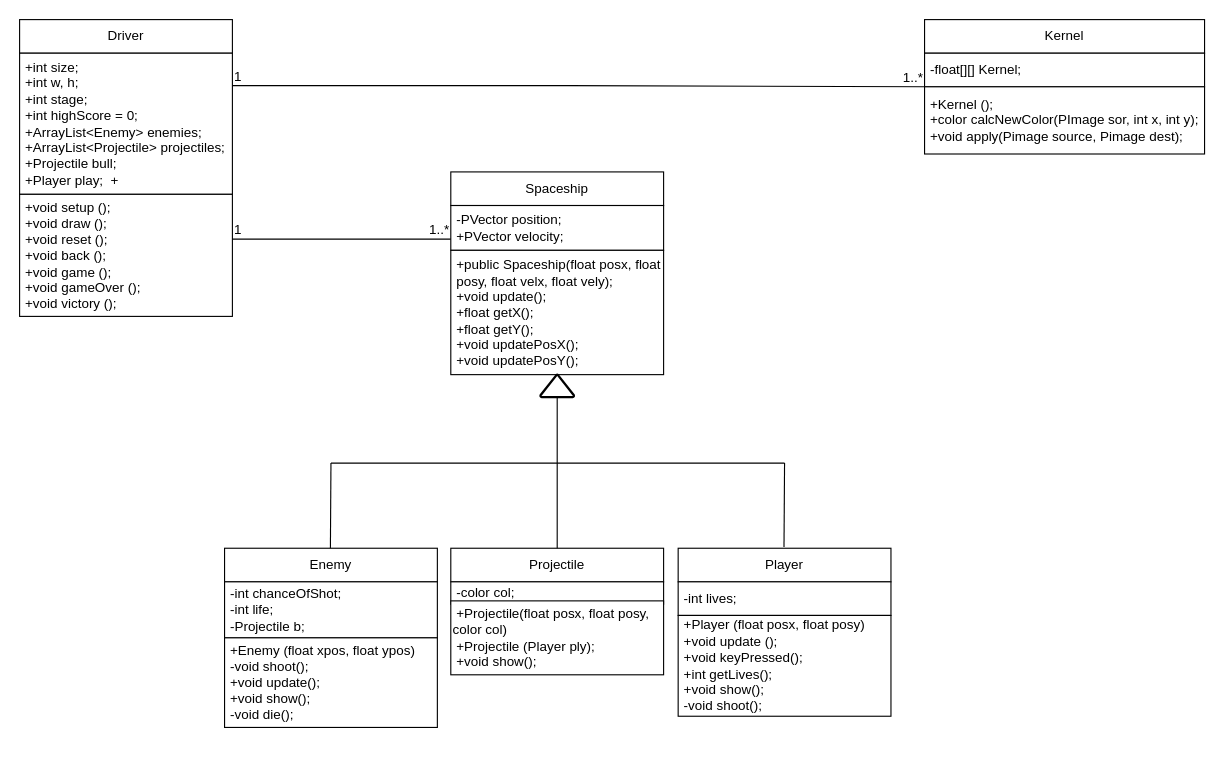
Before: Untitled Diagram.drawio in JasxnNg/Final-Project, a draw.io diagram. Source tidied: cells renumbered, new cells numbered last; positions are measured from the earlier drawing's top-left corner, leaving out a move shared by most shapes. Both pictures are drawn from the tidied source at 112%, with x=0, y=0 at pixel (19, 19).
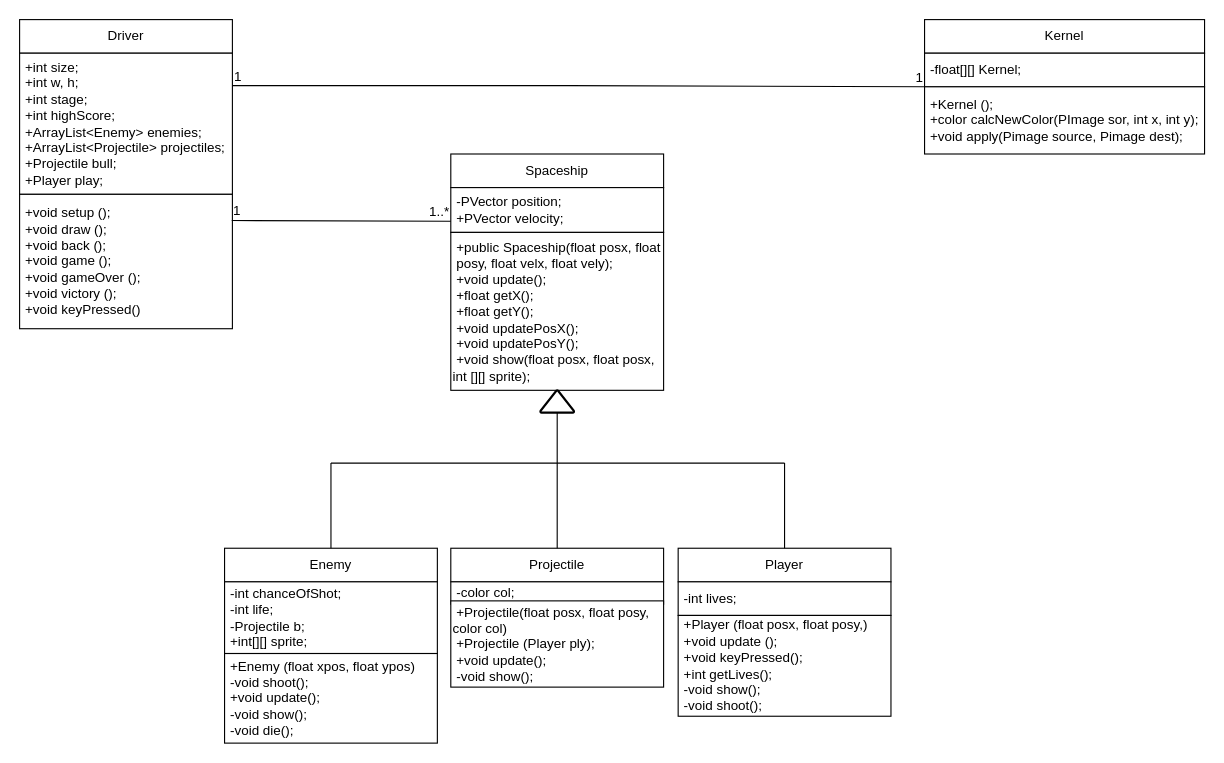
Above is the later version.

The change refers to these unchanged cells:
```xml
<mxCell id="11" value="Player" style="rounded=0;whiteSpace=wrap;html=1;" parent="1" vertex="1">
  <mxGeometry x="588" y="472" width="190" height="30" as="geometry" />
</mxCell>
<mxCell id="12" value="Enemy" style="rounded=0;whiteSpace=wrap;html=1;" parent="1" vertex="1">
  <mxGeometry x="183" y="472" width="190" height="30" as="geometry" />
</mxCell>
<mxCell id="15" value="Projectile" style="rounded=0;whiteSpace=wrap;html=1;" parent="1" vertex="1">
  <mxGeometry x="385" y="472" width="190" height="30" as="geometry" />
</mxCell>
<mxCell id="28" style="endArrow=none;html=1;rounded=0;entryX=0;entryY=1;entryDx=0;entryDy=0;" parent="1" edge="1" target="6">
  <mxGeometry relative="1" as="geometry">
    <mxPoint x="190" y="59" as="sourcePoint" />
    <Array as="points">
      <mxPoint x="490" y="59" />
    </Array>
  </mxGeometry>
</mxCell>
```

Diff of the diagram source:
```diff
@@
-    <mxCell id="3" value="&lt;div&gt;&amp;nbsp;+int size;&amp;nbsp;&amp;nbsp;&lt;/div&gt;&lt;div&gt;&amp;nbsp;+int w, h;&amp;nbsp;&lt;/div&gt;&lt;div&gt;&amp;nbsp;+int stage;&amp;nbsp;&lt;/div&gt;&lt;div&gt;&amp;nbsp;+int highScore = 0;&amp;nbsp;&lt;/div&gt;&lt;div&gt;&amp;nbsp;+ArrayList&amp;lt;Enemy&amp;gt; enemies;&amp;nbsp;&lt;/div&gt;&lt;div&gt;&amp;nbsp;+ArrayList&amp;lt;Projectile&amp;gt; projectiles;&amp;nbsp;&lt;/div&gt;&lt;div&gt;&amp;nbsp;+Projectile bull;&amp;nbsp;&lt;/div&gt;&amp;nbsp;+Player play;&amp;nbsp;&amp;nbsp;+&amp;nbsp;" style="rounded=0;whiteSpace=wrap;html=1;align=left;" parent="1" vertex="1">
+    <mxCell id="3" value="&lt;div&gt;&amp;nbsp;+int size;&amp;nbsp;&amp;nbsp;&lt;/div&gt;&lt;div&gt;&amp;nbsp;+int w, h;&amp;nbsp;&lt;/div&gt;&lt;div&gt;&amp;nbsp;+int stage;&amp;nbsp;&lt;/div&gt;&lt;div&gt;&amp;nbsp;+int highScore;&amp;nbsp;&lt;/div&gt;&lt;div&gt;&amp;nbsp;+ArrayList&amp;lt;Enemy&amp;gt; enemies;&amp;nbsp;&lt;/div&gt;&lt;div&gt;&amp;nbsp;+ArrayList&amp;lt;Projectile&amp;gt; projectiles;&amp;nbsp;&lt;/div&gt;&lt;div&gt;&amp;nbsp;+Projectile bull;&amp;nbsp;&lt;/div&gt;&amp;nbsp;+Player play;&amp;nbsp;&amp;nbsp;" style="rounded=0;whiteSpace=wrap;html=1;align=left;" parent="1" vertex="1">
       <mxGeometry y="30" width="190" height="126" as="geometry" />
     </mxCell>
-    <mxCell id="4" value="&amp;nbsp;+void setup ();&amp;nbsp;&lt;br&gt;&amp;nbsp;+void draw ();&amp;nbsp;&lt;br&gt;&amp;nbsp;+void reset ();&amp;nbsp;&lt;br&gt;&amp;nbsp;+void back ();&amp;nbsp;&lt;br&gt;&amp;nbsp;+void game ();&amp;nbsp;&lt;br&gt;&amp;nbsp;+void gameOver ();&lt;br&gt;&amp;nbsp;+void victory ();&amp;nbsp;" style="rounded=0;whiteSpace=wrap;html=1;align=left;" parent="1" vertex="1">
-      <mxGeometry y="156" width="190" height="109" as="geometry" />
+    <mxCell id="4" value="&amp;nbsp;+void setup ();&amp;nbsp;&lt;br&gt;&amp;nbsp;+void draw ();&amp;nbsp;&amp;nbsp;&lt;br&gt;&amp;nbsp;+void back ();&amp;nbsp;&lt;br&gt;&amp;nbsp;+void game ();&amp;nbsp;&lt;br&gt;&amp;nbsp;+void gameOver ();&lt;br&gt;&amp;nbsp;+void victory ();&amp;nbsp;&lt;br&gt;&amp;nbsp;+void keyPressed()" style="rounded=0;whiteSpace=wrap;html=1;align=left;" parent="1" vertex="1">
+      <mxGeometry y="156" width="190" height="120" as="geometry" />
     </mxCell>
@@
     <mxCell id="8" value="Spaceship" style="rounded=0;whiteSpace=wrap;html=1;" parent="1" vertex="1">
-      <mxGeometry x="385" y="136" width="190" height="30" as="geometry" />
+      <mxGeometry x="385" y="120" width="190" height="30" as="geometry" />
     </mxCell>
     <mxCell id="9" value="&amp;nbsp;-PVector position;&amp;nbsp;&lt;br&gt;&amp;nbsp;+PVector velocity;&amp;nbsp;" style="rounded=0;whiteSpace=wrap;html=1;align=left;" parent="1" vertex="1">
-      <mxGeometry x="385" y="166" width="190" height="40" as="geometry" />
+      <mxGeometry x="385" y="150" width="190" height="40" as="geometry" />
     </mxCell>
-    <mxCell id="10" value="&amp;nbsp;+public Spaceship(float posx, float &lt;span style=&quot;white-space: pre;&quot;&gt; &lt;/span&gt;posy, float velx, float vely);&amp;nbsp;&lt;br&gt;&amp;nbsp;+void update();&amp;nbsp;&lt;br&gt;&amp;nbsp;+float getX();&lt;br&gt;&amp;nbsp;+float getY();&amp;nbsp;&lt;br&gt;&amp;nbsp;+void updatePosX();&amp;nbsp;&lt;br&gt;&amp;nbsp;+void updatePosY();" style="rounded=0;whiteSpace=wrap;html=1;align=left;" parent="1" vertex="1">
-      <mxGeometry x="385" y="206" width="190" height="111" as="geometry" />
+    <mxCell id="10" value="&amp;nbsp;+public Spaceship(float posx, float &lt;span style=&quot;white-space: pre;&quot;&gt; &lt;/span&gt;posy, float velx, float vely);&amp;nbsp;&lt;br&gt;&amp;nbsp;+void update();&amp;nbsp;&lt;br&gt;&amp;nbsp;+float getX();&lt;br&gt;&amp;nbsp;+float getY();&amp;nbsp;&lt;br&gt;&amp;nbsp;+void updatePosX();&amp;nbsp;&lt;br&gt;&amp;nbsp;+void updatePosY();&lt;br&gt;&amp;nbsp;+void show(float posx, float posx, int [][] sprite);&amp;nbsp;" style="rounded=0;whiteSpace=wrap;html=1;align=left;" parent="1" vertex="1">
+      <mxGeometry x="385" y="190" width="190" height="141" as="geometry" />
     </mxCell>
@@
-    <mxCell id="13" value="&amp;nbsp;-int chanceOfShot;&amp;nbsp;&lt;br&gt;&amp;nbsp;-int life;&amp;nbsp;&lt;br&gt;&amp;nbsp;-Projectile b;&amp;nbsp;" style="rounded=0;whiteSpace=wrap;html=1;align=left;" parent="1" vertex="1">
-      <mxGeometry x="183" y="502" width="190" height="50" as="geometry" />
+    <mxCell id="13" value="&amp;nbsp;-int chanceOfShot;&amp;nbsp;&lt;br&gt;&amp;nbsp;-int life;&amp;nbsp;&lt;br&gt;&amp;nbsp;-Projectile b;&lt;br&gt;&amp;nbsp;+int[][] sprite;&amp;nbsp;&amp;nbsp;" style="rounded=0;whiteSpace=wrap;html=1;align=left;" parent="1" vertex="1">
+      <mxGeometry x="183" y="502" width="190" height="64" as="geometry" />
     </mxCell>
@@
-    <mxCell id="16" value="&amp;nbsp;+Enemy (float xpos, float ypos)&lt;br&gt;&amp;nbsp;-void shoot();&amp;nbsp;&lt;br&gt;&amp;nbsp;+void update();&amp;nbsp;&lt;br&gt;&amp;nbsp;+void show();&lt;br&gt;&amp;nbsp;-void die();&amp;nbsp;&amp;nbsp;" style="rounded=0;whiteSpace=wrap;html=1;align=left;" parent="1" vertex="1">
-      <mxGeometry x="183" y="552" width="190" height="80" as="geometry" />
+    <mxCell id="16" value="&amp;nbsp;+Enemy (float xpos, float ypos)&lt;br&gt;&amp;nbsp;-void shoot();&amp;nbsp;&lt;br&gt;&amp;nbsp;+void update();&amp;nbsp;&lt;br&gt;&amp;nbsp;-void show();&lt;br&gt;&amp;nbsp;-void die();&amp;nbsp;&amp;nbsp;" style="rounded=0;whiteSpace=wrap;html=1;align=left;" parent="1" vertex="1">
+      <mxGeometry x="183" y="566" width="190" height="80" as="geometry" />
     </mxCell>
-    <mxCell id="17" value="&amp;nbsp;+Player (float posx, float posy)&lt;br&gt;&amp;nbsp;+void update ();&amp;nbsp;&lt;br&gt;&amp;nbsp;+void keyPressed();&amp;nbsp;&lt;br&gt;&amp;nbsp;+int getLives();&amp;nbsp;&lt;br&gt;&amp;nbsp;+void show();&amp;nbsp;&lt;br&gt;&amp;nbsp;-void shoot();&amp;nbsp;&amp;nbsp;" style="rounded=0;whiteSpace=wrap;html=1;align=left;" parent="1" vertex="1">
+    <mxCell id="17" value="&amp;nbsp;+Player (float posx, float posy,)&lt;br&gt;&amp;nbsp;+void update ();&amp;nbsp;&lt;br&gt;&amp;nbsp;+void keyPressed();&amp;nbsp;&lt;br&gt;&amp;nbsp;+int getLives();&amp;nbsp;&lt;br&gt;&amp;nbsp;-void show();&amp;nbsp;&lt;br&gt;&amp;nbsp;-void shoot();&amp;nbsp;&amp;nbsp;" style="rounded=0;whiteSpace=wrap;html=1;align=left;" parent="1" vertex="1">
       <mxGeometry x="588" y="532" width="190" height="90" as="geometry" />
     </mxCell>
@@
-    <mxCell id="19" value="&amp;nbsp;+Projectile(float posx, float posy, color col)&lt;br&gt;&amp;nbsp;+Projectile (Player ply);&amp;nbsp;&lt;br&gt;&amp;nbsp;+void show();&amp;nbsp;" style="rounded=0;whiteSpace=wrap;html=1;align=left;" parent="1" vertex="1">
-      <mxGeometry x="385" y="519" width="190" height="66" as="geometry" />
+    <mxCell id="19" value="&amp;nbsp;+Projectile(float posx, float posy, color col)&lt;br&gt;&amp;nbsp;+Projectile (Player ply);&amp;nbsp;&lt;br&gt;&amp;nbsp;+void update();&amp;nbsp;&lt;br&gt;&amp;nbsp;-void show();&amp;nbsp;" style="rounded=0;whiteSpace=wrap;html=1;align=left;" parent="1" vertex="1">
+      <mxGeometry x="385" y="519" width="190" height="77" as="geometry" />
     </mxCell>
     <mxCell id="20" style="strokeWidth=2;html=1;shape=mxgraph.flowchart.merge_or_storage;whiteSpace=wrap;direction=west;" parent="1" vertex="1">
-      <mxGeometry x="465" y="317" width="30" height="20" as="geometry" />
+      <mxGeometry x="465" y="331" width="30" height="20" as="geometry" />
     </mxCell>
-    <mxCell id="21" style="endArrow=none;html=1;rounded=0;entryX=0.5;entryY=0;entryDx=0;entryDy=0;exitX=0.5;exitY=0;exitDx=0;exitDy=0;exitPerimeter=0;" parent="1" edge="1" source="20" target="15">
-      <mxGeometry relative="1" as="geometry" />
+    <mxCell id="21" style="endArrow=none;html=1;rounded=0;exitX=0.5;exitY=0;exitDx=0;exitDy=0;exitPerimeter=0;" parent="1" edge="1" source="20">
+      <mxGeometry relative="1" as="geometry">
+        <mxPoint x="480" y="396" as="targetPoint" />
+      </mxGeometry>
     </mxCell>
@@
-    <mxCell id="23" style="endArrow=none;html=1;rounded=0;" parent="1" edge="1">
-      <mxGeometry relative="1" as="geometry">
-        <mxPoint x="278" y="396" as="sourcePoint" />
-        <mxPoint x="277.5" y="472" as="targetPoint" />
-      </mxGeometry>
-    </mxCell>
-    <mxCell id="24" style="endArrow=none;html=1;rounded=0;" parent="1" edge="1">
-      <mxGeometry relative="1" as="geometry">
-        <mxPoint x="683" y="396" as="sourcePoint" />
-        <mxPoint x="682.5" y="471" as="targetPoint" />
-      </mxGeometry>
-    </mxCell>
-    <mxCell id="25" style="endArrow=none;html=1;rounded=0;entryX=0;entryY=0.75;entryDx=0;entryDy=0;" parent="1" edge="1" target="9">
-      <mxGeometry relative="1" as="geometry">
-        <mxPoint x="190" y="196" as="sourcePoint" />
-      </mxGeometry>
+    <mxCell id="25" style="endArrow=none;html=1;rounded=0;entryX=0;entryY=0.75;entryDx=0;entryDy=0;exitX=0.997;exitY=0.195;exitDx=0;exitDy=0;exitPerimeter=0;" parent="1" edge="1" source="4" target="9">
+      <mxGeometry relative="1" as="geometry" />
     </mxCell>
@@
-    <mxCell id="30" value="1..*" style="html=1;whiteSpace=wrap;align=right;verticalAlign=bottom;" parent="28" vertex="1">
+    <mxCell id="30" value="1" style="html=1;whiteSpace=wrap;align=right;verticalAlign=bottom;" parent="28" vertex="1">
       <mxGeometry x="1" relative="1" as="geometry" />
     </mxCell>
+    <mxCell id="31" style="endArrow=none;html=1;rounded=0;entryX=0.5;entryY=0;entryDx=0;entryDy=0;" parent="1" edge="1" target="12">
+      <mxGeometry relative="1" as="geometry">
+        <mxPoint x="278" y="396" as="sourcePoint" />
+      </mxGeometry>
+    </mxCell>
+    <mxCell id="32" style="endArrow=none;html=1;rounded=0;entryX=0.5;entryY=0;entryDx=0;entryDy=0;" parent="1" edge="1" target="11">
+      <mxGeometry relative="1" as="geometry">
+        <mxPoint x="683" y="396" as="sourcePoint" />
+      </mxGeometry>
+    </mxCell>
+    <mxCell id="33" style="endArrow=none;html=1;rounded=0;entryX=0.5;entryY=0;entryDx=0;entryDy=0;" parent="1" edge="1" target="15">
+      <mxGeometry relative="1" as="geometry">
+        <mxPoint x="480" y="396" as="sourcePoint" />
+      </mxGeometry>
+    </mxCell>
```
